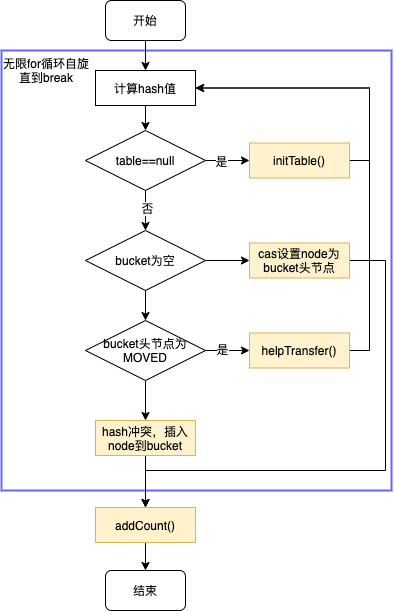
Before: concurrenthashmap_put1.png, a diagram exported from draw.io (CCMEOW/diagrams). Source tidied: cells renumbered, new cells last; positions are measured from the earlier drawing's top-left corner, leaving out a move shared by most shapes. The source it was exported from:
```xml
<mxGraphModel>
  <root>
    <mxCell id="0" />
    <mxCell id="1" parent="0" />
    <mxCell id="2" style="rounded=0;whiteSpace=wrap;html=1;strokeWidth=2;gradientColor=#ffffff;fillColor=none;strokeColor=#6666FF;" parent="1" vertex="1">
      <mxGeometry y="50" width="390" height="440" as="geometry" />
    </mxCell>
    <mxCell id="3" style="edgeStyle=orthogonalEdgeStyle;rounded=0;jettySize=auto;html=1;exitX=1;exitY=0.5;exitDx=0;exitDy=0;entryX=0;entryY=0.5;entryDx=0;entryDy=0;" parent="1" edge="1" source="7" target="11">
      <mxGeometry relative="1" as="geometry" />
    </mxCell>
    <mxCell id="4" value="是" style="edgeLabel;html=1;align=center;verticalAlign=middle;" parent="3" vertex="1">
      <mxGeometry x="-0.33" relative="1" as="geometry" />
    </mxCell>
    <mxCell id="5" style="edgeStyle=orthogonalEdgeStyle;rounded=0;jettySize=auto;html=1;exitX=0.5;exitY=1;exitDx=0;exitDy=0;" parent="1" edge="1" source="7" target="14">
      <mxGeometry relative="1" as="geometry" />
    </mxCell>
    <mxCell id="6" value="否" style="edgeLabel;html=1;align=center;verticalAlign=middle;" parent="5" vertex="1">
      <mxGeometry x="-0.15" y="1" relative="1" as="geometry" />
    </mxCell>
    <mxCell id="7" value="table==null" style="rhombus;whiteSpace=wrap;html=1;strokeWidth=1;gradientColor=#ffffff;" parent="1" vertex="1">
      <mxGeometry x="84" y="130" width="120" height="60" as="geometry" />
    </mxCell>
    <mxCell id="8" style="edgeStyle=orthogonalEdgeStyle;rounded=0;jettySize=auto;html=1;exitX=0.5;exitY=1;exitDx=0;exitDy=0;entryX=0.5;entryY=0;entryDx=0;entryDy=0;" parent="1" edge="1" source="9" target="28">
      <mxGeometry relative="1" as="geometry" />
    </mxCell>
    <mxCell id="9" value="开始" style="rounded=1;whiteSpace=wrap;html=1;strokeWidth=1;gradientColor=#ffffff;" parent="1" vertex="1">
      <mxGeometry x="104" width="80" height="40" as="geometry" />
    </mxCell>
    <mxCell id="10" style="edgeStyle=orthogonalEdgeStyle;rounded=0;jettySize=auto;html=1;exitX=1;exitY=0.5;exitDx=0;exitDy=0;entryX=1;entryY=0.5;entryDx=0;entryDy=0;" parent="1" edge="1" source="11" target="28">
      <mxGeometry relative="1" as="geometry" />
    </mxCell>
    <mxCell id="11" value="initTable()" style="rounded=0;whiteSpace=wrap;html=1;strokeWidth=1;fillColor=#fff2cc;strokeColor=#d6b656;" parent="1" vertex="1">
      <mxGeometry x="248" y="142.5" width="100" height="35" as="geometry" />
    </mxCell>
    <mxCell id="12" style="edgeStyle=orthogonalEdgeStyle;rounded=0;jettySize=auto;html=1;exitX=0.5;exitY=1;exitDx=0;exitDy=0;entryX=0.5;entryY=0;entryDx=0;entryDy=0;" parent="1" edge="1" source="14" target="18">
      <mxGeometry relative="1" as="geometry" />
    </mxCell>
    <mxCell id="13" style="edgeStyle=orthogonalEdgeStyle;rounded=0;jettySize=auto;html=1;exitX=1;exitY=0.5;exitDx=0;exitDy=0;entryX=0;entryY=0.5;entryDx=0;entryDy=0;" parent="1" edge="1" source="14" target="20">
      <mxGeometry relative="1" as="geometry" />
    </mxCell>
    <mxCell id="14" value="bucket为空" style="rhombus;whiteSpace=wrap;html=1;strokeWidth=1;gradientColor=#ffffff;" parent="1" vertex="1">
      <mxGeometry x="84" y="230" width="120" height="60" as="geometry" />
    </mxCell>
    <mxCell id="15" style="edgeStyle=orthogonalEdgeStyle;rounded=0;jettySize=auto;html=1;exitX=0.5;exitY=1;exitDx=0;exitDy=0;entryX=0.5;entryY=0;entryDx=0;entryDy=0;" parent="1" edge="1" source="18" target="24">
      <mxGeometry relative="1" as="geometry" />
    </mxCell>
    <mxCell id="16" style="edgeStyle=orthogonalEdgeStyle;rounded=0;jettySize=auto;html=1;exitX=1;exitY=0.5;exitDx=0;exitDy=0;entryX=0;entryY=0.5;entryDx=0;entryDy=0;" parent="1" edge="1" source="18" target="22">
      <mxGeometry relative="1" as="geometry" />
    </mxCell>
    <mxCell id="17" value="是" style="edgeLabel;html=1;align=center;verticalAlign=middle;" parent="16" vertex="1">
      <mxGeometry x="-0.27" y="2" relative="1" as="geometry" />
    </mxCell>
    <mxCell id="18" value="bucket头节点为MOVED" style="rhombus;whiteSpace=wrap;html=1;strokeWidth=1;gradientColor=#ffffff;" parent="1" vertex="1">
      <mxGeometry x="84" y="320" width="120" height="60" as="geometry" />
    </mxCell>
    <mxCell id="19" style="edgeStyle=orthogonalEdgeStyle;rounded=0;jettySize=auto;html=1;exitX=1;exitY=0.5;exitDx=0;exitDy=0;entryX=0.5;entryY=0;entryDx=0;entryDy=0;" parent="1" edge="1" source="20" target="26">
      <mxGeometry relative="1" as="geometry">
        <Array as="points">
          <mxPoint x="384" y="260" />
          <mxPoint x="384" y="470" />
          <mxPoint x="144" y="470" />
        </Array>
      </mxGeometry>
    </mxCell>
    <mxCell id="20" value="cas设置node为bucket头节点" style="rounded=0;whiteSpace=wrap;html=1;strokeWidth=1;fillColor=#fff2cc;strokeColor=#d6b656;" parent="1" vertex="1">
      <mxGeometry x="248" y="242.5" width="100" height="35" as="geometry" />
    </mxCell>
    <mxCell id="21" style="edgeStyle=orthogonalEdgeStyle;rounded=0;jettySize=auto;html=1;exitX=1;exitY=0.5;exitDx=0;exitDy=0;entryX=1;entryY=0.5;entryDx=0;entryDy=0;" parent="1" edge="1" source="22" target="28">
      <mxGeometry relative="1" as="geometry" />
    </mxCell>
    <mxCell id="22" value="helpTransfer()" style="rounded=0;whiteSpace=wrap;html=1;strokeWidth=1;fillColor=#fff2cc;gradientDirection=north;strokeColor=#d6b656;" parent="1" vertex="1">
      <mxGeometry x="248" y="332.5" width="100" height="35" as="geometry" />
    </mxCell>
    <mxCell id="23" style="edgeStyle=orthogonalEdgeStyle;rounded=0;jettySize=auto;html=1;exitX=0.5;exitY=1;exitDx=0;exitDy=0;entryX=0.5;entryY=0;entryDx=0;entryDy=0;" parent="1" edge="1" source="24" target="26">
      <mxGeometry relative="1" as="geometry" />
    </mxCell>
    <mxCell id="24" value="hash冲突，插入node到bucket" style="rounded=0;whiteSpace=wrap;html=1;strokeWidth=1;fillColor=#fff2cc;strokeColor=#d6b656;" parent="1" vertex="1">
      <mxGeometry x="94" y="420" width="100" height="35" as="geometry" />
    </mxCell>
    <mxCell id="25" style="edgeStyle=orthogonalEdgeStyle;rounded=0;jettySize=auto;html=1;exitX=0.5;exitY=1;exitDx=0;exitDy=0;entryX=0.5;entryY=0;entryDx=0;entryDy=0;" parent="1" edge="1" source="26" target="29">
      <mxGeometry relative="1" as="geometry" />
    </mxCell>
    <mxCell id="26" value="addCount()" style="rounded=0;whiteSpace=wrap;html=1;strokeWidth=1;fillColor=#fff2cc;strokeColor=#d6b656;" parent="1" vertex="1">
      <mxGeometry x="94" y="507" width="100" height="35" as="geometry" />
    </mxCell>
    <mxCell id="27" style="edgeStyle=orthogonalEdgeStyle;rounded=0;jettySize=auto;html=1;exitX=0.5;exitY=1;exitDx=0;exitDy=0;entryX=0.5;entryY=0;entryDx=0;entryDy=0;" parent="1" edge="1" source="28" target="7">
      <mxGeometry relative="1" as="geometry" />
    </mxCell>
    <mxCell id="28" value="计算hash值" style="rounded=0;whiteSpace=wrap;html=1;strokeWidth=1;gradientColor=#ffffff;" parent="1" vertex="1">
      <mxGeometry x="94" y="70" width="100" height="35" as="geometry" />
    </mxCell>
    <mxCell id="29" value="结束" style="rounded=1;whiteSpace=wrap;html=1;strokeWidth=1;gradientColor=#ffffff;" parent="1" vertex="1">
      <mxGeometry x="104" y="570" width="80" height="40" as="geometry" />
    </mxCell>
    <mxCell id="30" value="无限for循环自旋直到break" style="text;html=1;strokeColor=none;fillColor=none;align=center;verticalAlign=middle;whiteSpace=wrap;rounded=0;" parent="1" vertex="1">
      <mxGeometry y="60" width="90" height="20" as="geometry" />
    </mxCell>
  </root>
</mxGraphModel>
```
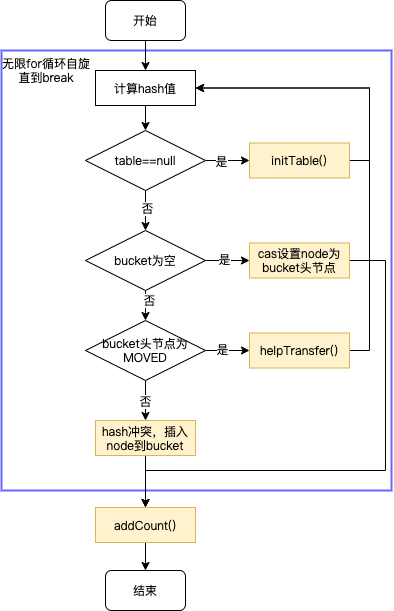
After the commit.

The edit, as a diff of the source:
```diff
@@ -8,49 +8,58 @@
     <mxCell id="3" style="edgeStyle=orthogonalEdgeStyle;rounded=0;jettySize=auto;html=1;exitX=1;exitY=0.5;exitDx=0;exitDy=0;entryX=0;entryY=0.5;entryDx=0;entryDy=0;" parent="1" edge="1" source="7" target="11">
       <mxGeometry relative="1" as="geometry" />
     </mxCell>
-    <mxCell id="4" value="是" style="edgeLabel;html=1;align=center;verticalAlign=middle;" parent="3" vertex="1">
+    <mxCell id="4" value="&lt;font face=&quot;Mircrosoft Yahei&quot;&gt;是&lt;/font&gt;" style="edgeLabel;html=1;align=center;verticalAlign=middle;" parent="3" vertex="1">
       <mxGeometry x="-0.33" relative="1" as="geometry" />
     </mxCell>
     <mxCell id="5" style="edgeStyle=orthogonalEdgeStyle;rounded=0;jettySize=auto;html=1;exitX=0.5;exitY=1;exitDx=0;exitDy=0;" parent="1" edge="1" source="7" target="14">
       <mxGeometry relative="1" as="geometry" />
     </mxCell>
-    <mxCell id="6" value="否" style="edgeLabel;html=1;align=center;verticalAlign=middle;" parent="5" vertex="1">
+    <mxCell id="6" value="&lt;font face=&quot;Mircrosoft Yahei&quot;&gt;否&lt;/font&gt;" style="edgeLabel;html=1;align=center;verticalAlign=middle;" parent="5" vertex="1">
       <mxGeometry x="-0.15" y="1" relative="1" as="geometry" />
     </mxCell>
-    <mxCell id="7" value="table==null" style="rhombus;whiteSpace=wrap;html=1;strokeWidth=1;gradientColor=#ffffff;" parent="1" vertex="1">
+    <mxCell id="7" value="&lt;font face=&quot;Mircrosoft Yahei&quot;&gt;table==null&lt;/font&gt;" style="rhombus;whiteSpace=wrap;html=1;strokeWidth=1;gradientColor=#ffffff;" parent="1" vertex="1">
       <mxGeometry x="84" y="130" width="120" height="60" as="geometry" />
     </mxCell>
     <mxCell id="8" style="edgeStyle=orthogonalEdgeStyle;rounded=0;jettySize=auto;html=1;exitX=0.5;exitY=1;exitDx=0;exitDy=0;entryX=0.5;entryY=0;entryDx=0;entryDy=0;" parent="1" edge="1" source="9" target="28">
       <mxGeometry relative="1" as="geometry" />
     </mxCell>
-    <mxCell id="9" value="开始" style="rounded=1;whiteSpace=wrap;html=1;strokeWidth=1;gradientColor=#ffffff;" parent="1" vertex="1">
+    <mxCell id="9" value="&lt;font face=&quot;Mircrosoft Yahei&quot;&gt;开始&lt;/font&gt;" style="rounded=1;whiteSpace=wrap;html=1;strokeWidth=1;gradientColor=#ffffff;" parent="1" vertex="1">
       <mxGeometry x="104" width="80" height="40" as="geometry" />
     </mxCell>
     <mxCell id="10" style="edgeStyle=orthogonalEdgeStyle;rounded=0;jettySize=auto;html=1;exitX=1;exitY=0.5;exitDx=0;exitDy=0;entryX=1;entryY=0.5;entryDx=0;entryDy=0;" parent="1" edge="1" source="11" target="28">
       <mxGeometry relative="1" as="geometry" />
     </mxCell>
-    <mxCell id="11" value="initTable()" style="rounded=0;whiteSpace=wrap;html=1;strokeWidth=1;fillColor=#fff2cc;strokeColor=#d6b656;" parent="1" vertex="1">
+    <mxCell id="11" value="&lt;font face=&quot;Mircrosoft Yahei&quot;&gt;initTable()&lt;/font&gt;" style="rounded=0;whiteSpace=wrap;html=1;strokeWidth=1;fillColor=#fff2cc;strokeColor=#d6b656;" parent="1" vertex="1">
       <mxGeometry x="248" y="142.5" width="100" height="35" as="geometry" />
     </mxCell>
     <mxCell id="12" style="edgeStyle=orthogonalEdgeStyle;rounded=0;jettySize=auto;html=1;exitX=0.5;exitY=1;exitDx=0;exitDy=0;entryX=0.5;entryY=0;entryDx=0;entryDy=0;" parent="1" edge="1" source="14" target="18">
       <mxGeometry relative="1" as="geometry" />
     </mxCell>
+    <mxCell id="31" value="&lt;font face=&quot;Mircrosoft Yahei&quot;&gt;否&lt;/font&gt;" style="edgeLabel;html=1;align=center;verticalAlign=middle;" parent="12" vertex="1">
+      <mxGeometry x="-0.4" y="3" relative="1" as="geometry" />
+    </mxCell>
     <mxCell id="13" style="edgeStyle=orthogonalEdgeStyle;rounded=0;jettySize=auto;html=1;exitX=1;exitY=0.5;exitDx=0;exitDy=0;entryX=0;entryY=0.5;entryDx=0;entryDy=0;" parent="1" edge="1" source="14" target="20">
       <mxGeometry relative="1" as="geometry" />
     </mxCell>
+    <mxCell id="32" value="&lt;font face=&quot;Mircrosoft Yahei&quot;&gt;是&lt;/font&gt;" style="edgeLabel;html=1;align=center;verticalAlign=middle;" parent="13" vertex="1">
+      <mxGeometry x="-0.18" y="2" relative="1" as="geometry" />
+    </mxCell>
-    <mxCell id="14" value="bucket为空" style="rhombus;whiteSpace=wrap;html=1;strokeWidth=1;gradientColor=#ffffff;" parent="1" vertex="1">
+    <mxCell id="14" value="&lt;font face=&quot;Mircrosoft Yahei&quot;&gt;bucket为空&lt;/font&gt;" style="rhombus;whiteSpace=wrap;html=1;strokeWidth=1;gradientColor=#ffffff;" parent="1" vertex="1">
       <mxGeometry x="84" y="230" width="120" height="60" as="geometry" />
     </mxCell>
     <mxCell id="15" style="edgeStyle=orthogonalEdgeStyle;rounded=0;jettySize=auto;html=1;exitX=0.5;exitY=1;exitDx=0;exitDy=0;entryX=0.5;entryY=0;entryDx=0;entryDy=0;" parent="1" edge="1" source="18" target="24">
       <mxGeometry relative="1" as="geometry" />
     </mxCell>
+    <mxCell id="33" value="&lt;font face=&quot;Mircrosoft Yahei&quot;&gt;否&lt;/font&gt;" style="edgeLabel;html=1;align=center;verticalAlign=middle;" parent="15" vertex="1">
+      <mxGeometry y="-1" relative="1" as="geometry" />
+    </mxCell>
     <mxCell id="16" style="edgeStyle=orthogonalEdgeStyle;rounded=0;jettySize=auto;html=1;exitX=1;exitY=0.5;exitDx=0;exitDy=0;entryX=0;entryY=0.5;entryDx=0;entryDy=0;" parent="1" edge="1" source="18" target="22">
       <mxGeometry relative="1" as="geometry" />
     </mxCell>
     <mxCell id="17" value="是" style="edgeLabel;html=1;align=center;verticalAlign=middle;" parent="16" vertex="1">
       <mxGeometry x="-0.27" y="2" relative="1" as="geometry" />
     </mxCell>
-    <mxCell id="18" value="bucket头节点为MOVED" style="rhombus;whiteSpace=wrap;html=1;strokeWidth=1;gradientColor=#ffffff;" parent="1" vertex="1">
+    <mxCell id="18" value="&lt;font face=&quot;Mircrosoft Yahei&quot;&gt;bucket头节点为MOVED&lt;/font&gt;" style="rhombus;whiteSpace=wrap;html=1;strokeWidth=1;gradientColor=#ffffff;" parent="1" vertex="1">
       <mxGeometry x="84" y="320" width="120" height="60" as="geometry" />
     </mxCell>
     <mxCell id="19" style="edgeStyle=orthogonalEdgeStyle;rounded=0;jettySize=auto;html=1;exitX=1;exitY=0.5;exitDx=0;exitDy=0;entryX=0.5;entryY=0;entryDx=0;entryDy=0;" parent="1" edge="1" source="20" target="26">
@@ -62,37 +71,37 @@
         </Array>
       </mxGeometry>
     </mxCell>
-    <mxCell id="20" value="cas设置node为bucket头节点" style="rounded=0;whiteSpace=wrap;html=1;strokeWidth=1;fillColor=#fff2cc;strokeColor=#d6b656;" parent="1" vertex="1">
+    <mxCell id="20" value="&lt;font face=&quot;Mircrosoft Yahei&quot;&gt;cas设置node为bucket头节点&lt;/font&gt;" style="rounded=0;whiteSpace=wrap;html=1;strokeWidth=1;fillColor=#fff2cc;strokeColor=#d6b656;" parent="1" vertex="1">
       <mxGeometry x="248" y="242.5" width="100" height="35" as="geometry" />
     </mxCell>
     <mxCell id="21" style="edgeStyle=orthogonalEdgeStyle;rounded=0;jettySize=auto;html=1;exitX=1;exitY=0.5;exitDx=0;exitDy=0;entryX=1;entryY=0.5;entryDx=0;entryDy=0;" parent="1" edge="1" source="22" target="28">
       <mxGeometry relative="1" as="geometry" />
     </mxCell>
-    <mxCell id="22" value="helpTransfer()" style="rounded=0;whiteSpace=wrap;html=1;strokeWidth=1;fillColor=#fff2cc;gradientDirection=north;strokeColor=#d6b656;" parent="1" vertex="1">
+    <mxCell id="22" value="&lt;font face=&quot;Mircrosoft Yahei&quot;&gt;helpTransfer()&lt;/font&gt;" style="rounded=0;whiteSpace=wrap;html=1;strokeWidth=1;fillColor=#fff2cc;gradientDirection=north;strokeColor=#d6b656;" parent="1" vertex="1">
       <mxGeometry x="248" y="332.5" width="100" height="35" as="geometry" />
     </mxCell>
     <mxCell id="23" style="edgeStyle=orthogonalEdgeStyle;rounded=0;jettySize=auto;html=1;exitX=0.5;exitY=1;exitDx=0;exitDy=0;entryX=0.5;entryY=0;entryDx=0;entryDy=0;" parent="1" edge="1" source="24" target="26">
       <mxGeometry relative="1" as="geometry" />
     </mxCell>
-    <mxCell id="24" value="hash冲突，插入node到bucket" style="rounded=0;whiteSpace=wrap;html=1;strokeWidth=1;fillColor=#fff2cc;strokeColor=#d6b656;" parent="1" vertex="1">
+    <mxCell id="24" value="&lt;font face=&quot;Mircrosoft Yahei&quot;&gt;hash冲突，插入node到bucket&lt;/font&gt;" style="rounded=0;whiteSpace=wrap;html=1;strokeWidth=1;fillColor=#fff2cc;strokeColor=#d6b656;" parent="1" vertex="1">
       <mxGeometry x="94" y="420" width="100" height="35" as="geometry" />
     </mxCell>
     <mxCell id="25" style="edgeStyle=orthogonalEdgeStyle;rounded=0;jettySize=auto;html=1;exitX=0.5;exitY=1;exitDx=0;exitDy=0;entryX=0.5;entryY=0;entryDx=0;entryDy=0;" parent="1" edge="1" source="26" target="29">
       <mxGeometry relative="1" as="geometry" />
     </mxCell>
-    <mxCell id="26" value="addCount()" style="rounded=0;whiteSpace=wrap;html=1;strokeWidth=1;fillColor=#fff2cc;strokeColor=#d6b656;" parent="1" vertex="1">
+    <mxCell id="26" value="&lt;font face=&quot;Mircrosoft Yahei&quot;&gt;addCount()&lt;/font&gt;" style="rounded=0;whiteSpace=wrap;html=1;strokeWidth=1;fillColor=#fff2cc;strokeColor=#d6b656;" parent="1" vertex="1">
       <mxGeometry x="94" y="507" width="100" height="35" as="geometry" />
     </mxCell>
     <mxCell id="27" style="edgeStyle=orthogonalEdgeStyle;rounded=0;jettySize=auto;html=1;exitX=0.5;exitY=1;exitDx=0;exitDy=0;entryX=0.5;entryY=0;entryDx=0;entryDy=0;" parent="1" edge="1" source="28" target="7">
       <mxGeometry relative="1" as="geometry" />
     </mxCell>
-    <mxCell id="28" value="计算hash值" style="rounded=0;whiteSpace=wrap;html=1;strokeWidth=1;gradientColor=#ffffff;" parent="1" vertex="1">
+    <mxCell id="28" value="&lt;font face=&quot;Mircrosoft Yahei&quot;&gt;计算hash值&lt;/font&gt;" style="rounded=0;whiteSpace=wrap;html=1;strokeWidth=1;gradientColor=#ffffff;" parent="1" vertex="1">
       <mxGeometry x="94" y="70" width="100" height="35" as="geometry" />
     </mxCell>
-    <mxCell id="29" value="结束" style="rounded=1;whiteSpace=wrap;html=1;strokeWidth=1;gradientColor=#ffffff;" parent="1" vertex="1">
+    <mxCell id="29" value="&lt;font face=&quot;Mircrosoft Yahei&quot;&gt;结束&lt;/font&gt;" style="rounded=1;whiteSpace=wrap;html=1;strokeWidth=1;gradientColor=#ffffff;" parent="1" vertex="1">
       <mxGeometry x="104" y="570" width="80" height="40" as="geometry" />
     </mxCell>
-    <mxCell id="30" value="无限for循环自旋直到break" style="text;html=1;strokeColor=none;fillColor=none;align=center;verticalAlign=middle;whiteSpace=wrap;rounded=0;" parent="1" vertex="1">
+    <mxCell id="30" value="&lt;font face=&quot;Mircrosoft Yahei&quot;&gt;无限for循环自旋直到break&lt;/font&gt;" style="text;html=1;strokeColor=none;fillColor=none;align=center;verticalAlign=middle;whiteSpace=wrap;rounded=0;" parent="1" vertex="1">
       <mxGeometry y="60" width="90" height="20" as="geometry" />
     </mxCell>
   </root>
```
